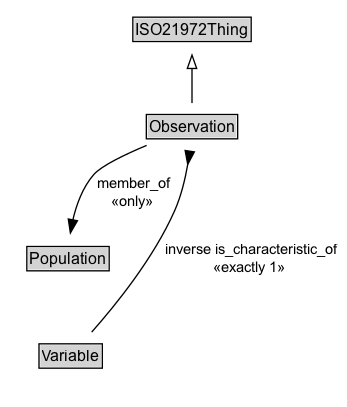
This is docs/diagrams/Observation.dot.png from ISO-TC204/ontology-i72-v1, a Graphviz export, as it was before one commit. Its source is kept beside it as docs/diagrams/Observation.dot. The source it was exported from:
```dot
digraph {
	graph [overlap=false rankdir=TB splines=true]
	node [fontname=Arial fontsize=12 margin=0 shape=none]
	edge [fontname=Arial fontsize=11]
	{
		rank=max
		Observation [label=<<TABLE BORDER="1" CELLBORDER="0" CELLSPACING="0" CELLPADDING="1"><TR><TD BGCOLOR="lightgray" ALIGN="CENTER" PORT="e">Observation</TD></TR></TABLE>> URL="../Observation.md" margin=0]
	}
	subgraph cluster_associated {
		label="" style=invis
		Invis [label=<<TABLE BORDER="0" CELLBORDER="0" CELLSPACING="0" CELLPADDING="1"><TR><TD></TD></TR></TABLE>> margin=0 style=invis]
		Population [label=<<TABLE BORDER="1" CELLBORDER="0" CELLSPACING="0" CELLPADDING="1"><TR><TD BGCOLOR="lightgray" ALIGN="CENTER">Population</TD></TR></TABLE>> URL="../Population.md" margin=0]
		Variable [label=<<TABLE BORDER="1" CELLBORDER="0" CELLSPACING="0" CELLPADDING="1"><TR><TD BGCOLOR="lightgray" ALIGN="CENTER">Variable</TD></TR></TABLE>> URL="../Variable.md" margin=0]
	}
	ISO21972Thing [label=<<TABLE BORDER="1" CELLBORDER="0" CELLSPACING="0" CELLPADDING="1"><TR><TD BGCOLOR="lightgray" ALIGN="CENTER">ISO21972Thing</TD></TR></TABLE>> URL="../ISO21972Thing.md" margin=0]
	Observation -> ISO21972Thing [arrowhead=onormal style=solid]
	Observation -> Invis [style=invis]
	Invis -> Population [style=invis]
	Population -> Variable [style=invis]
	Observation -> Population [label=" member_of
 «only»  " arrowhead=normal style=solid]
	Variable -> Observation [label=" inverse is_characteristic_of
 «exactly 1»  " arrowhead=inv style=solid]
}
```
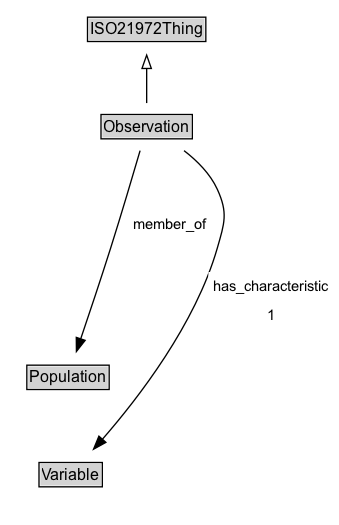
After the commit.

What changed in the source:
```diff
@@ -3,22 +3,25 @@
 	node [fontname=Arial fontsize=12 margin=0 shape=none]
 	edge [fontname=Arial fontsize=11]
 	{
+		rank=source
+		ISO21972Thing [label=<<TABLE BORDER="1" CELLBORDER="0" CELLSPACING="0" CELLPADDING="1"><TR><TD BGCOLOR="lightgray" ALIGN="CENTER">ISO21972Thing</TD></TR></TABLE>> URL="../ISO21972Thing" margin=0]
+	}
+	Observation [label=<<TABLE BORDER="1" CELLBORDER="0" CELLSPACING="0" CELLPADDING="1"><TR><TD BGCOLOR="lightgray" ALIGN="CENTER">Observation</TD></TR></TABLE>> URL="../Observation" margin=0]
+	{
 		rank=max
-		Observation [label=<<TABLE BORDER="1" CELLBORDER="0" CELLSPACING="0" CELLPADDING="1"><TR><TD BGCOLOR="lightgray" ALIGN="CENTER" PORT="e">Observation</TD></TR></TABLE>> URL="../Observation.md" margin=0]
 	}
 	subgraph cluster_associated {
 		label="" style=invis
 		Invis [label=<<TABLE BORDER="0" CELLBORDER="0" CELLSPACING="0" CELLPADDING="1"><TR><TD></TD></TR></TABLE>> margin=0 style=invis]
-		Population [label=<<TABLE BORDER="1" CELLBORDER="0" CELLSPACING="0" CELLPADDING="1"><TR><TD BGCOLOR="lightgray" ALIGN="CENTER">Population</TD></TR></TABLE>> URL="../Population.md" margin=0]
-		Variable [label=<<TABLE BORDER="1" CELLBORDER="0" CELLSPACING="0" CELLPADDING="1"><TR><TD BGCOLOR="lightgray" ALIGN="CENTER">Variable</TD></TR></TABLE>> URL="../Variable.md" margin=0]
+		Population [label=<<TABLE BORDER="1" CELLBORDER="0" CELLSPACING="0" CELLPADDING="1"><TR><TD BGCOLOR="lightgray" ALIGN="CENTER">Population</TD></TR></TABLE>> URL="../Population" margin=0]
+		Variable [label=<<TABLE BORDER="1" CELLBORDER="0" CELLSPACING="0" CELLPADDING="1"><TR><TD BGCOLOR="lightgray" ALIGN="CENTER">Variable</TD></TR></TABLE>> URL="../Variable" margin=0]
 	}
-	ISO21972Thing [label=<<TABLE BORDER="1" CELLBORDER="0" CELLSPACING="0" CELLPADDING="1"><TR><TD BGCOLOR="lightgray" ALIGN="CENTER">ISO21972Thing</TD></TR></TABLE>> URL="../ISO21972Thing.md" margin=0]
 	Observation -> ISO21972Thing [arrowhead=onormal style=solid]
 	Observation -> Invis [style=invis]
 	Invis -> Population [style=invis]
 	Population -> Variable [style=invis]
-	Observation -> Population [label=" member_of
- «only»  " arrowhead=normal style=solid]
-	Variable -> Observation [label=" inverse is_characteristic_of
- «exactly 1»  " arrowhead=inv style=solid]
+	Population [label=<<TABLE BORDER="1" CELLBORDER="0" CELLSPACING="0" CELLPADDING="1"><TR><TD BGCOLOR="lightgray" ALIGN="CENTER">Population</TD></TR></TABLE>> URL="../Population" margin=0]
+	Observation -> Population [label=<<TABLE BORDER="0" CELLBORDER="0" CELLSPACING="0" CELLPADDING="4" BGCOLOR="white"><TR><TD ALIGN="CENTER">member_of</TD></TR></TABLE>> arrowhead=normal style=solid]
+	Variable [label=<<TABLE BORDER="1" CELLBORDER="0" CELLSPACING="0" CELLPADDING="1"><TR><TD BGCOLOR="lightgray" ALIGN="CENTER">Variable</TD></TR></TABLE>> URL="../Variable" margin=0]
+	Observation -> Variable [label=<<TABLE BORDER="0" CELLBORDER="0" CELLSPACING="0" CELLPADDING="4" BGCOLOR="white"><TR><TD ALIGN="CENTER">has_characteristic</TD></TR><TR><TD ALIGN="CENTER">1</TD></TR></TABLE>> arrowhead=normal style=solid]
 }
```
